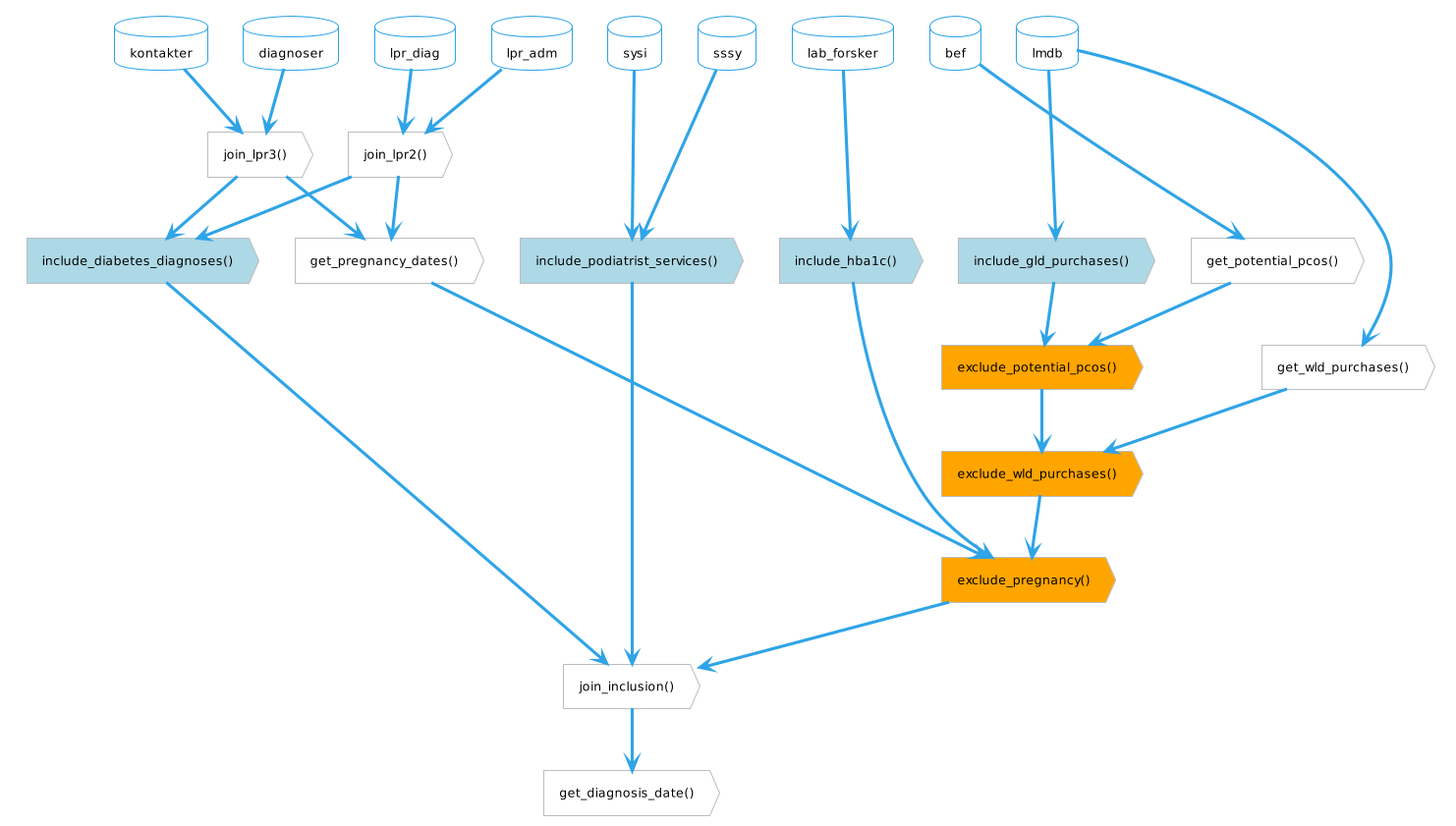
Before: vignettes/images/function-flow-population.png, a diagram exported from PlantUML (steno-aarhus/osdc).
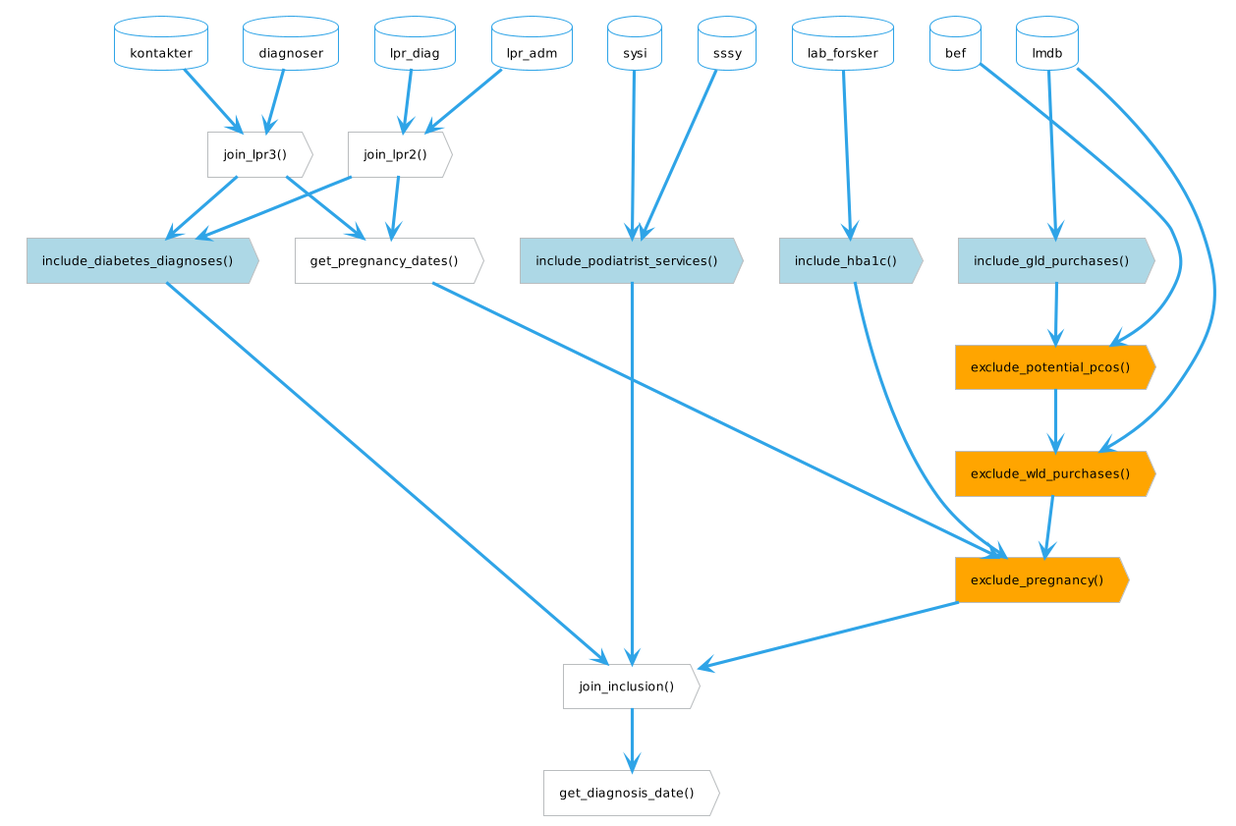
The same file after the commit.

Commit message:
docs: :dizzy: update svgs to remove unnecessary helper functions

Change to the diagram source:
```diff
@@ -30,9 +30,6 @@
             action "join_lpr2()" as lpr2
             action "join_lpr3()" as lpr3
     }
-
-    action "get_potential_pcos()" as pcos
-    action "get_wld_purchases()" as wld
 
     together {
         action "exclude_pregnancy()" as ex_pregnancy <<exclusion>>
@@ -72,13 +69,11 @@
     lpr3 --> in_diagnoses
     in_diagnoses --> join_inclusion
 
+    bef --> ex_pcos
+    lmdb --> ex_wld
     lpr2 --> pregnancy
     lpr3 --> pregnancy
     pregnancy --> ex_pregnancy
-    lmdb --> wld
-    wld --> ex_wld
-    bef --> pcos
-    pcos --> ex_pcos
     join_inclusion --> diagnosis_date
 
 @enduml
```
